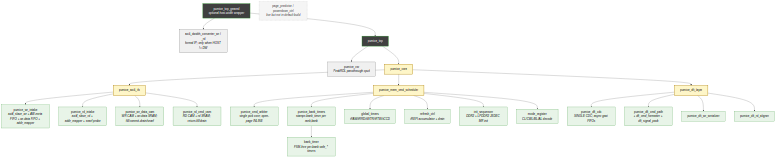
Earlier version of the Mermaid export projects/components/mem-ctrl-ip/research-ip/pumice-ddr2-lpddr2/docs/pumice_has/assets/mermaid/02_module_hierarchy.png (sean-galloway/RTLDesignSherpa). Its source is kept beside it as projects/components/mem-ctrl-ip/research-ip/pumice-ddr2-lpddr2/docs/pumice_has/assets/mermaid/02_module_hierarchy.mmd. Its diagram source:
```mermaid
%%{init: {'theme': 'base', 'themeVariables': { 'primaryColor': '#e8f4e8', 'primaryTextColor': '#000', 'primaryBorderColor': '#228B22', 'lineColor': '#404040', 'secondaryColor': '#f0f0f0', 'tertiaryColor': '#fff'}}}%%
graph TD
    geared["pumice_top_geared<br/><i>optional host-width wrapper</i>"]
    dwc["axi4_dwidth_converter_wr / _rd<br/><i>formal IP; only when HOST != DW</i>"]
    top["pumice_top"]
    csr["pumice_csr<br/><i>PeakRDL passthrough cpuif</i>"]
    core["pumice_core"]

    geared --> dwc
    geared --> top
    top --> csr
    top --> core

    core --> ifc["pumice_axi4_ifc"]
    core --> sched["pumice_mem_cmd_scheduler"]
    core --> dfi["pumice_dfi_layer"]

    ifc --> wr_intake["pumice_wr_intake<br/><i>axi4_slave_wr + AW-meta FIFO + wr-data FIFO + addr_mapper</i>"]
    ifc --> rd_intake["pumice_rd_intake<br/><i>axi4_slave_rd + addr_mapper + snarf probe</i>"]
    ifc --> wr_data_cam["pumice_wr_data_cam<br/><i>WR CAM + wr-data SRAM; fill/commit-drain/snarf</i>"]
    ifc --> rd_cmd_cam["pumice_rd_cmd_cam<br/><i>RD CAM + rd SRAM; return-fill/drain</i>"]

    sched --> cmd_arbiter["pumice_cmd_arbiter<br/><i>single pick core; open-page INLINE</i>"]
    sched --> bank_timers["pumice_bank_timers<br/><i>stamps bank_timer per rank,bank</i>"]
    sched --> global_timers["global_timers<br/><i>tFAW/tRRD/tWTR/tRTW/tCCD</i>"]
    sched --> refresh_ctrl["refresh_ctrl<br/><i>tREFI accumulator + drain</i>"]
    sched --> init_sequencer["init_sequencer<br/><i>DDR2 + LPDDR2 JEDEC MR init</i>"]
    sched --> mode_register["mode_register<br/><i>CL/CWL/BL/AL decode</i>"]

    bank_timers --> bank_timer["bank_timer<br/><i>FSM-free per-bank safe_* timers</i>"]

    dfi --> dfi_cdc["pumice_dfi_cdc<br/><i>SINGLE CDC; async gaxi FIFOs</i>"]
    dfi --> dfi_cmd_path["pumice_dfi_cmd_path<br/><i>+ dfi_cmd_formatter + dfi_signal_pack</i>"]
    dfi --> dfi_wr_ser["pumice_dfi_wr_serializer"]
    dfi --> dfi_rd_align["pumice_dfi_rd_aligner"]

    opt["page_predictor / powerdown_ctrl<br/><i>live but not in default build</i>"]

    classDef top fill:#404040,stroke:#228B22,stroke-width:2px,color:#fff
    classDef macro fill:#fef6c8,stroke:#b08000,stroke-width:2px,color:#000
    classDef fub fill:#e8f4e8,stroke:#228B22,stroke-width:1px,color:#000
    classDef ip fill:#f0f0f0,stroke:#404040,stroke-width:1px,color:#000
    classDef optcls fill:#f5f5f5,stroke:#999,stroke-width:1px,stroke-dasharray:4 3,color:#333

    class geared,top top
    class core,ifc,sched,dfi macro
    class csr,dwc ip
    class wr_intake,rd_intake,wr_data_cam,rd_cmd_cam,cmd_arbiter,bank_timers,bank_timer,global_timers,refresh_ctrl,init_sequencer,mode_register,dfi_cdc,dfi_cmd_path,dfi_wr_ser,dfi_rd_align fub
    class opt optcls
```
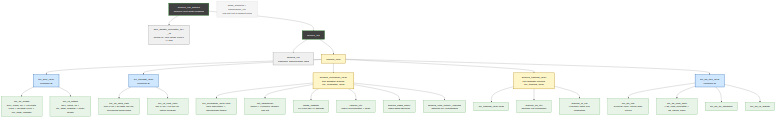
The same diagram one commit later.

Change to the diagram source:
```diff
@@ -11,39 +11,46 @@
     top --> csr
     top --> core
 
-    core --> ifc["pumice_axi4_ifc"]
-    core --> sched["pumice_mem_cmd_scheduler"]
-    core --> dfi["pumice_dfi_layer"]
+    core --> axi["mc_axi4_layer<br/><i>common-ip</i>"]
+    core --> stor["mc_storage_layer<br/><i>common-ip</i>"]
+    core --> sched["pumice_scheduler_layer<br/><i>thin wrapper around mc_scheduler_layer</i>"]
+    core --> trn["pumice_training_layer<br/><i>thin wrapper around mc_training_layer</i>"]
+    core --> dfi["mc_dfi_2p1_layer<br/><i>common-ip</i>"]
 
-    ifc --> wr_intake["pumice_wr_intake<br/><i>axi4_slave_wr + AW-meta FIFO + wr-data FIFO + addr_mapper</i>"]
-    ifc --> rd_intake["pumice_rd_intake<br/><i>axi4_slave_rd + addr_mapper + snarf probe</i>"]
-    ifc --> wr_data_cam["pumice_wr_data_cam<br/><i>WR CAM + wr-data SRAM; fill/commit-drain/snarf</i>"]
-    ifc --> rd_cmd_cam["pumice_rd_cmd_cam<br/><i>RD CAM + rd SRAM; return-fill/drain</i>"]
+    axi --> wr_intake["mc_wr_intake<br/><i>axi4_slave_wr + AW-meta FIFO + wr-data FIFO + mc_addr_mapper</i>"]
+    axi --> rd_intake["mc_rd_intake<br/><i>axi4_slave_rd + mc_addr_mapper + snarf probe</i>"]
 
-    sched --> cmd_arbiter["pumice_cmd_arbiter<br/><i>single pick core; open-page INLINE</i>"]
-    sched --> bank_timers["pumice_bank_timers<br/><i>stamps bank_timer per rank,bank</i>"]
-    sched --> global_timers["global_timers<br/><i>tFAW/tRRD/tWTR/tRTW/tCCD</i>"]
-    sched --> refresh_ctrl["refresh_ctrl<br/><i>tREFI accumulator + drain</i>"]
+    stor --> wr_data_cam["mc_wr_data_cam<br/><i>WR CAM + wr-data SRAM; fill/commit-drain/snarf</i>"]
+    stor --> rd_cmd_cam["mc_rd_cmd_cam<br/><i>RD CAM + rd SRAM; return-fill/drain</i>"]
+
+    sched --> sched_core["mc_scheduler_layer core<br/><i>pick machinery + bank/global timers</i>"]
     sched --> init_sequencer["init_sequencer<br/><i>DDR2 + LPDDR2 JEDEC MR init</i>"]
     sched --> mode_register["mode_register<br/><i>CL/CWL/BL/AL decode</i>"]
+    sched --> refresh_ctrl["refresh_ctrl<br/><i>tREFI accumulator + drain</i>"]
+    sched --> page_policy["pumice_page_policy<br/><i>open-page decision</i>"]
+    sched --> cmd_hist["pumice_cmd_history_checker<br/><i>optional DV scoreboard</i>"]
 
-    bank_timers --> bank_timer["bank_timer<br/><i>FSM-free per-bank safe_* timers</i>"]
+    trn --> trn_shell["mc_training_layer shell"]
+    trn --> zq_ctrl["pumice_zq_ctrl<br/><i>periodic ZQ calibration</i>"]
+    trn --> lp_cal["pumice_lp_cal<br/><i>LPDDR2 MRR DQ calibration</i>"]
 
-    dfi --> dfi_cdc["pumice_dfi_cdc<br/><i>SINGLE CDC; async gaxi FIFOs</i>"]
-    dfi --> dfi_cmd_path["pumice_dfi_cmd_path<br/><i>+ dfi_cmd_formatter + dfi_signal_pack</i>"]
-    dfi --> dfi_wr_ser["pumice_dfi_wr_serializer"]
-    dfi --> dfi_rd_align["pumice_dfi_rd_aligner"]
+    dfi --> dfi_cdc["mc_dfi_cdc<br/><i>SINGLE CDC; async gaxi FIFOs</i>"]
+    dfi --> dfi_cmd_path["mc_dfi_cmd_path<br/><i>+ dfi_cmd_formatter + dfi_signal_pack</i>"]
+    dfi --> dfi_wr_ser["mc_dfi_wr_serializer"]
+    dfi --> dfi_rd_align["mc_dfi_rd_aligner"]
 
     opt["page_predictor / powerdown_ctrl<br/><i>live but not in default build</i>"]
 
     classDef top fill:#404040,stroke:#228B22,stroke-width:2px,color:#fff
     classDef macro fill:#fef6c8,stroke:#b08000,stroke-width:2px,color:#000
+    classDef common fill:#d0e8ff,stroke:#1a5fb4,stroke-width:2px,color:#000
     classDef fub fill:#e8f4e8,stroke:#228B22,stroke-width:1px,color:#000
     classDef ip fill:#f0f0f0,stroke:#404040,stroke-width:1px,color:#000
     classDef optcls fill:#f5f5f5,stroke:#999,stroke-width:1px,stroke-dasharray:4 3,color:#333
 
     class geared,top top
-    class core,ifc,sched,dfi macro
+    class core,sched,trn macro
+    class axi,stor,dfi common
     class csr,dwc ip
-    class wr_intake,rd_intake,wr_data_cam,rd_cmd_cam,cmd_arbiter,bank_timers,bank_timer,global_timers,refresh_ctrl,init_sequencer,mode_register,dfi_cdc,dfi_cmd_path,dfi_wr_ser,dfi_rd_align fub
+    class wr_intake,rd_intake,wr_data_cam,rd_cmd_cam,sched_core,init_sequencer,mode_register,refresh_ctrl,page_policy,cmd_hist,trn_shell,zq_ctrl,lp_cal,dfi_cdc,dfi_cmd_path,dfi_wr_ser,dfi_rd_align fub
     class opt optcls
```
